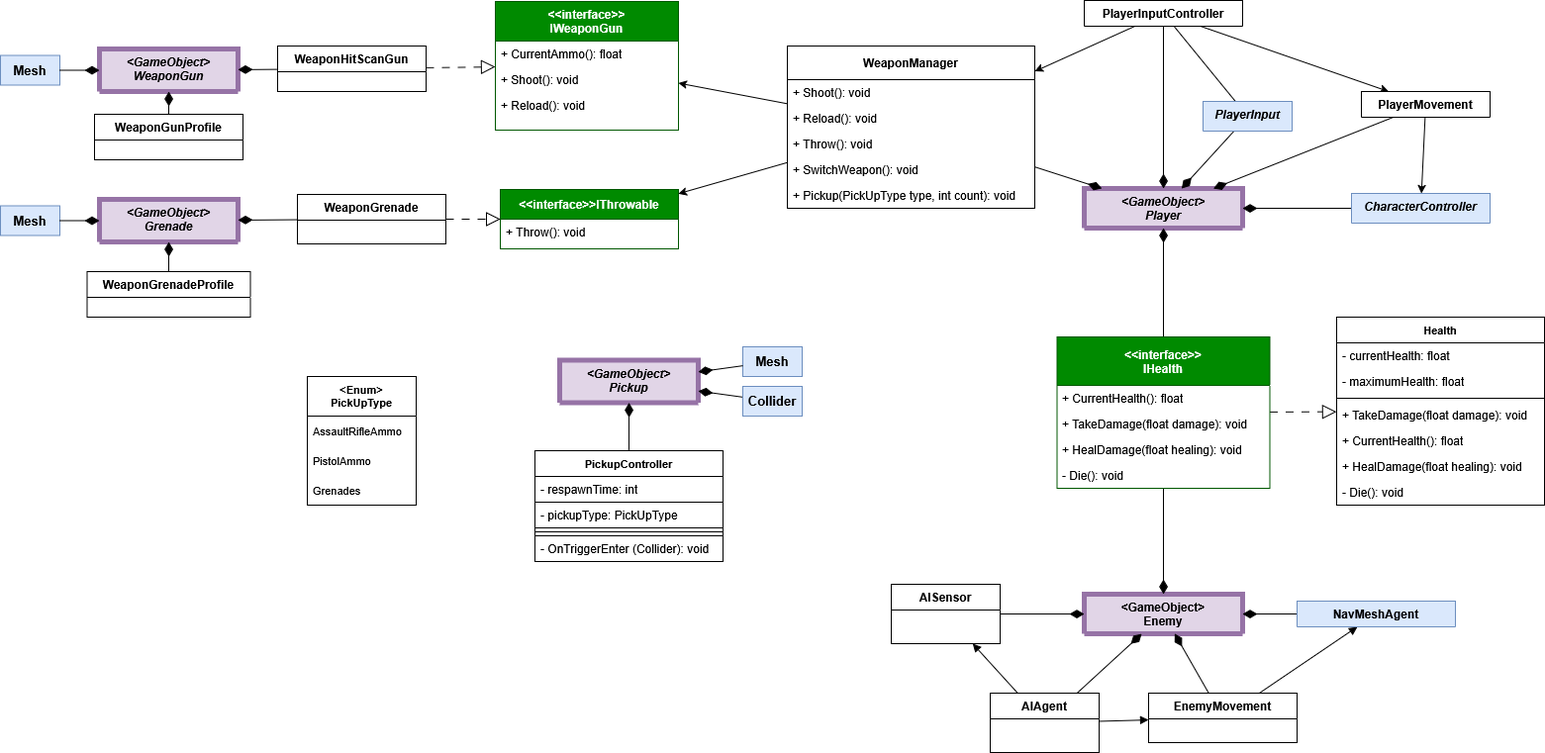
Above: Entities.drawio.png in dana-jadzia/SGD213_Task-2-Wiki (draw.io), before the change. Source tidied: cells renumbered, new cells last; positions are measured from the earlier drawing's top-left corner, leaving out a move shared by most shapes.
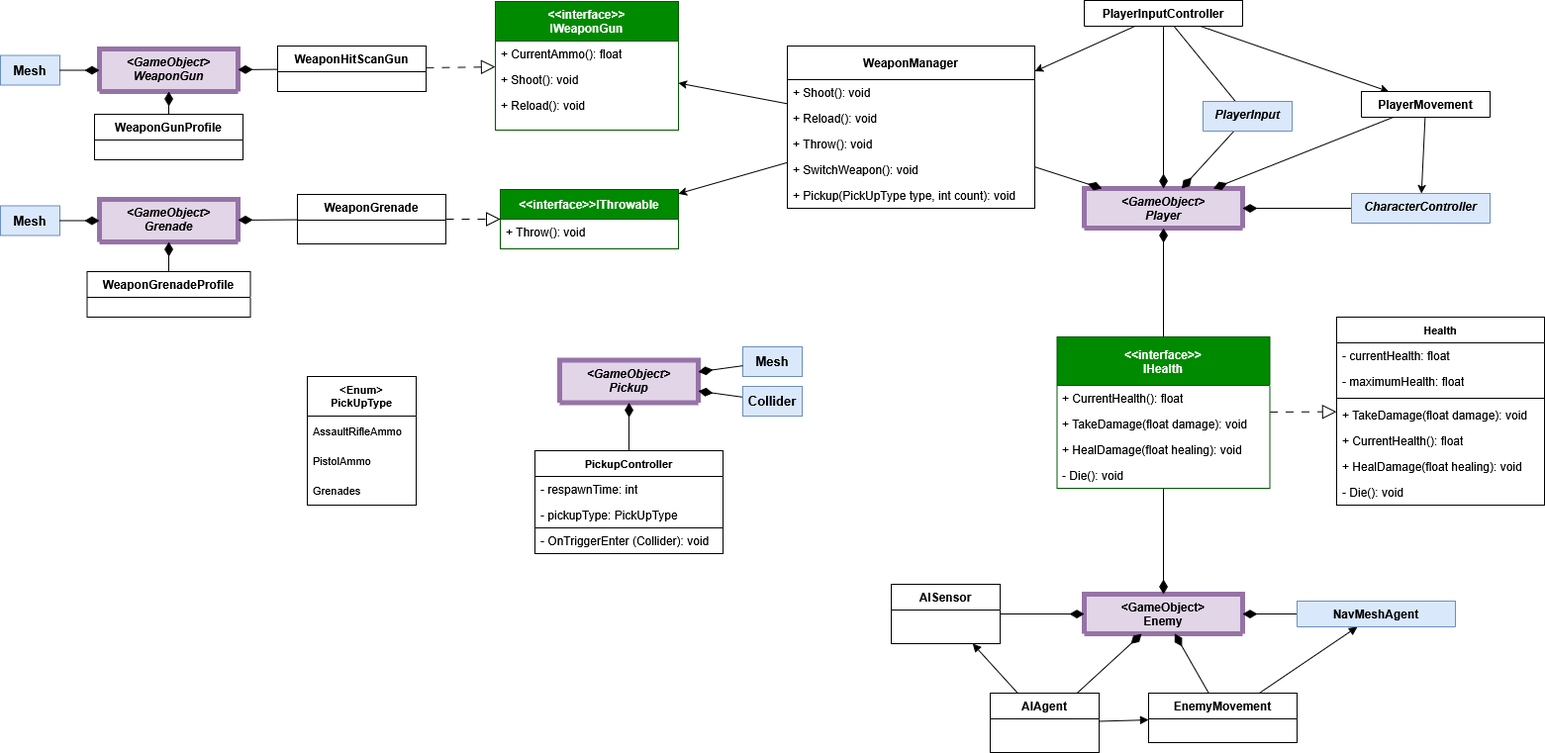
Later version of the same file.

Diff of the diagram source:
```diff
@@ -174,19 +174,16 @@
       <mxGeometry relative="1" as="geometry" />
     </mxCell>
     <mxCell id="59" value="PickupController" style="swimlane;fontStyle=1;align=center;verticalAlign=top;horizontal=1;startSize=26;whiteSpace=wrap;html=1;fontFamily=Helvetica;fontSize=11;fontColor=default;labelBackgroundColor=default;strokeColor=default;" parent="1" vertex="1">
-      <mxGeometry x="540" y="455" width="190" height="112" as="geometry" />
+      <mxGeometry x="540" y="455" width="190" height="104" as="geometry" />
     </mxCell>
-    <mxCell id="60" value="- respawnTime: int" style="text;strokeColor=default;fillColor=none;align=left;verticalAlign=top;spacingLeft=4;spacingRight=4;overflow=hidden;whiteSpace=wrap;html=1;" parent="59" vertex="1">
+    <mxCell id="60" value="- respawnTime: int" style="text;strokeColor=none;fillColor=none;align=left;verticalAlign=top;spacingLeft=4;spacingRight=4;overflow=hidden;whiteSpace=wrap;html=1;" parent="59" vertex="1">
       <mxGeometry y="26" width="190" height="26" as="geometry" />
     </mxCell>
-    <mxCell id="61" value="- pickupType: PickUpType" style="text;strokeColor=default;fillColor=none;align=left;verticalAlign=top;spacingLeft=4;spacingRight=4;overflow=hidden;whiteSpace=wrap;html=1;" parent="59" vertex="1">
+    <mxCell id="61" value="- pickupType: PickUpType" style="text;strokeColor=none;fillColor=none;align=left;verticalAlign=top;spacingLeft=4;spacingRight=4;overflow=hidden;whiteSpace=wrap;html=1;" parent="59" vertex="1">
       <mxGeometry y="52" width="190" height="26" as="geometry" />
     </mxCell>
-    <mxCell id="62" style="line;strokeWidth=1;fillColor=none;align=left;verticalAlign=middle;spacingTop=-1;spacingLeft=3;spacingRight=3;labelPosition=right;strokeColor=default;fontFamily=Helvetica;fontSize=11;fontColor=default;labelBackgroundColor=default;" parent="59" vertex="1">
-      <mxGeometry y="78" width="190" height="8" as="geometry" />
-    </mxCell>
     <mxCell id="63" value="- OnTriggerEnter (Collider): void" style="text;strokeColor=default;fillColor=none;align=left;verticalAlign=top;spacingLeft=4;spacingRight=4;overflow=hidden;whiteSpace=wrap;html=1;" parent="59" vertex="1">
-      <mxGeometry y="86" width="190" height="26" as="geometry" />
+      <mxGeometry y="78" width="190" height="26" as="geometry" />
     </mxCell>
     <mxCell id="64" value="&lt;div&gt;&lt;b&gt;&amp;lt;Enum&amp;gt;&lt;/b&gt;&lt;/div&gt;&lt;div&gt;&lt;b&gt;PickUpType&lt;/b&gt;&lt;/div&gt;" style="swimlane;fontStyle=0;horizontal=1;startSize=40;whiteSpace=wrap;html=1;fontFamily=Helvetica;fontSize=11;fontColor=default;labelBackgroundColor=default;" parent="1" vertex="1">
       <mxGeometry x="310" y="380" width="110" height="130" as="geometry" />
```
